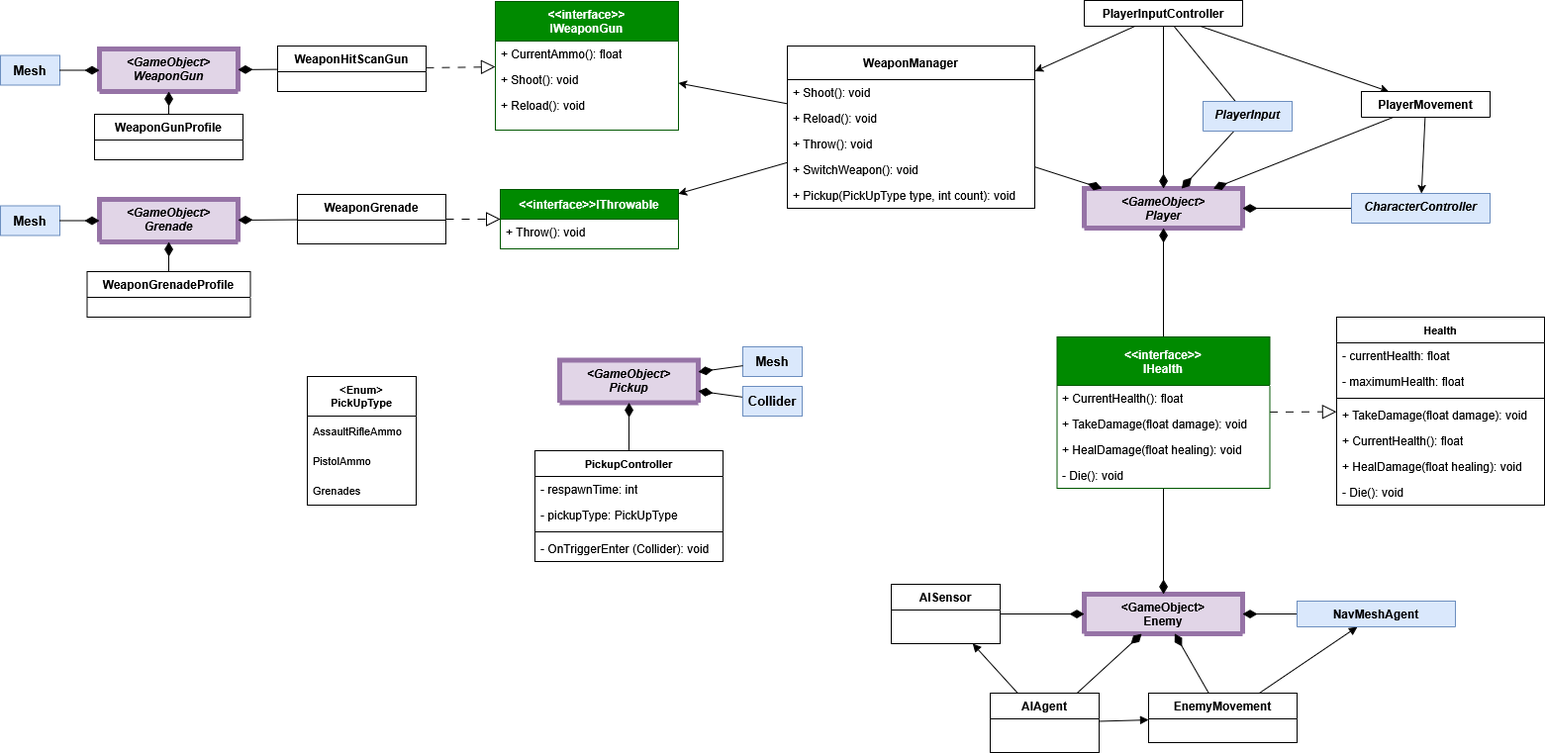
Earlier version of the draw.io export Entities.drawio.png (dana-jadzia/SGD213_Task-2-Wiki). Source tidied: cells renumbered, new cells last; positions are measured from the earlier drawing's top-left corner, leaving out a move shared by most shapes.
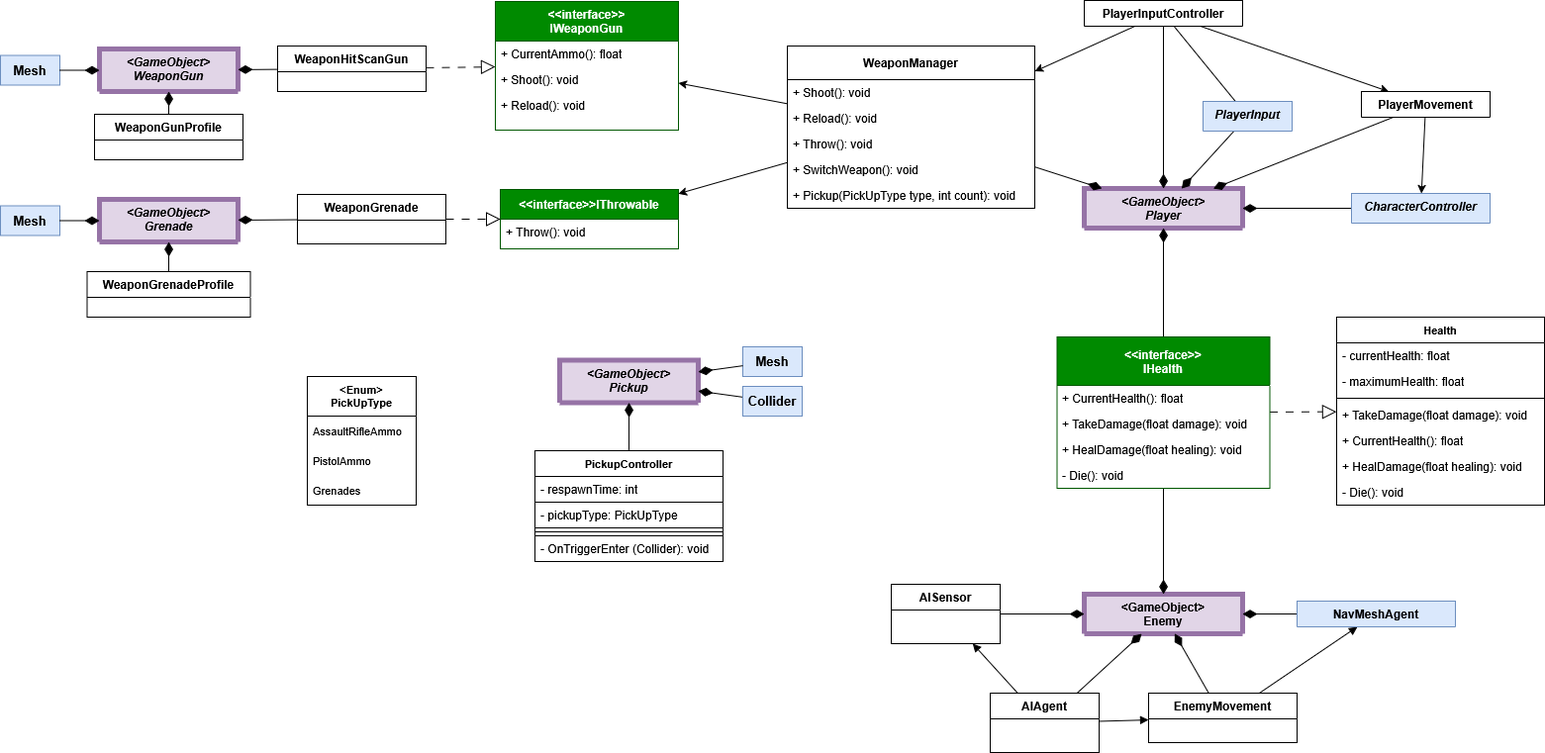
The same diagram one commit later.

The edit, as a diff of the source:
```diff
@@ -173,19 +173,19 @@
     <mxCell id="58" style="edgeStyle=none;shape=connector;rounded=0;jettySize=auto;html=1;strokeColor=default;align=center;verticalAlign=middle;fontFamily=Helvetica;fontSize=11;fontColor=default;labelBackgroundColor=default;endArrow=diamondThin;endFill=1;endSize=12;" parent="1" edge="1" source="59" target="53">
       <mxGeometry relative="1" as="geometry" />
     </mxCell>
-    <mxCell id="59" value="PickupController" style="swimlane;fontStyle=1;align=center;verticalAlign=top;horizontal=1;startSize=26;whiteSpace=wrap;html=1;fontFamily=Helvetica;fontSize=11;fontColor=default;labelBackgroundColor=default;" parent="1" vertex="1">
+    <mxCell id="59" value="PickupController" style="swimlane;fontStyle=1;align=center;verticalAlign=top;horizontal=1;startSize=26;whiteSpace=wrap;html=1;fontFamily=Helvetica;fontSize=11;fontColor=default;labelBackgroundColor=default;strokeColor=default;" parent="1" vertex="1">
       <mxGeometry x="540" y="455" width="190" height="112" as="geometry" />
     </mxCell>
-    <mxCell id="60" value="- respawnTime: int" style="text;strokeColor=none;fillColor=none;align=left;verticalAlign=top;spacingLeft=4;spacingRight=4;overflow=hidden;whiteSpace=wrap;html=1;" parent="59" vertex="1">
+    <mxCell id="60" value="- respawnTime: int" style="text;strokeColor=default;fillColor=none;align=left;verticalAlign=top;spacingLeft=4;spacingRight=4;overflow=hidden;whiteSpace=wrap;html=1;" parent="59" vertex="1">
       <mxGeometry y="26" width="190" height="26" as="geometry" />
     </mxCell>
-    <mxCell id="61" value="- pickupType: PickUpType" style="text;strokeColor=none;fillColor=none;align=left;verticalAlign=top;spacingLeft=4;spacingRight=4;overflow=hidden;whiteSpace=wrap;html=1;" parent="59" vertex="1">
+    <mxCell id="61" value="- pickupType: PickUpType" style="text;strokeColor=default;fillColor=none;align=left;verticalAlign=top;spacingLeft=4;spacingRight=4;overflow=hidden;whiteSpace=wrap;html=1;" parent="59" vertex="1">
       <mxGeometry y="52" width="190" height="26" as="geometry" />
     </mxCell>
-    <mxCell id="62" style="line;strokeWidth=1;fillColor=none;align=left;verticalAlign=middle;spacingTop=-1;spacingLeft=3;spacingRight=3;labelPosition=right;strokeColor=inherit;fontFamily=Helvetica;fontSize=11;fontColor=default;labelBackgroundColor=default;" parent="59" vertex="1">
+    <mxCell id="62" style="line;strokeWidth=1;fillColor=none;align=left;verticalAlign=middle;spacingTop=-1;spacingLeft=3;spacingRight=3;labelPosition=right;strokeColor=default;fontFamily=Helvetica;fontSize=11;fontColor=default;labelBackgroundColor=default;" parent="59" vertex="1">
       <mxGeometry y="78" width="190" height="8" as="geometry" />
     </mxCell>
-    <mxCell id="63" value="- OnTriggerEnter (Collider): void" style="text;strokeColor=none;fillColor=none;align=left;verticalAlign=top;spacingLeft=4;spacingRight=4;overflow=hidden;whiteSpace=wrap;html=1;" parent="59" vertex="1">
+    <mxCell id="63" value="- OnTriggerEnter (Collider): void" style="text;strokeColor=default;fillColor=none;align=left;verticalAlign=top;spacingLeft=4;spacingRight=4;overflow=hidden;whiteSpace=wrap;html=1;" parent="59" vertex="1">
       <mxGeometry y="86" width="190" height="26" as="geometry" />
     </mxCell>
     <mxCell id="64" value="&lt;div&gt;&lt;b&gt;&amp;lt;Enum&amp;gt;&lt;/b&gt;&lt;/div&gt;&lt;div&gt;&lt;b&gt;PickUpType&lt;/b&gt;&lt;/div&gt;" style="swimlane;fontStyle=0;horizontal=1;startSize=40;whiteSpace=wrap;html=1;fontFamily=Helvetica;fontSize=11;fontColor=default;labelBackgroundColor=default;" parent="1" vertex="1">
```
